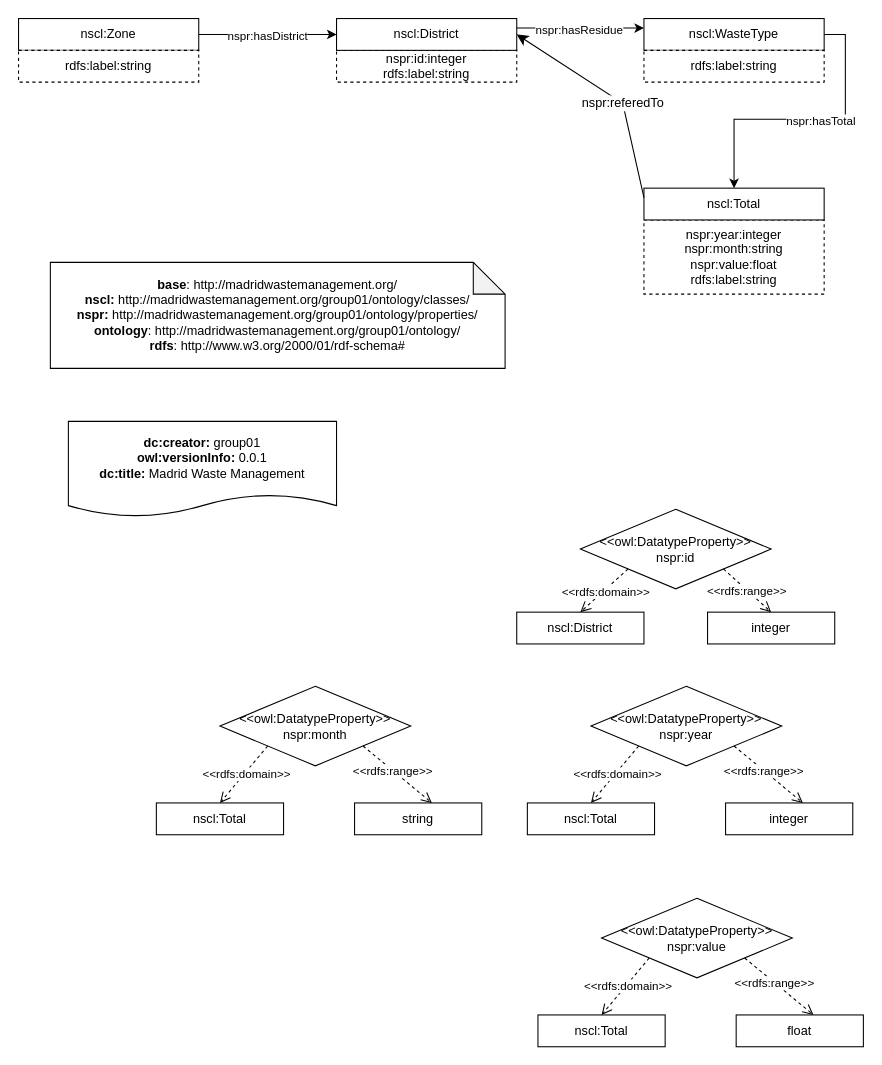
The draw.io diagram HandsOn/Group01/ontology/WasteManagement.drawio in FacultadInformatica-LinkedData/Curso2023-2024-ODKG, before the edit. Source tidied: cells renumbered, new cells numbered last; positions are measured from the earlier drawing's top-left corner, leaving out a move shared by most shapes. Both pictures are drawn from the tidied source at 106%, with x=0, y=0 at pixel (18, 18).
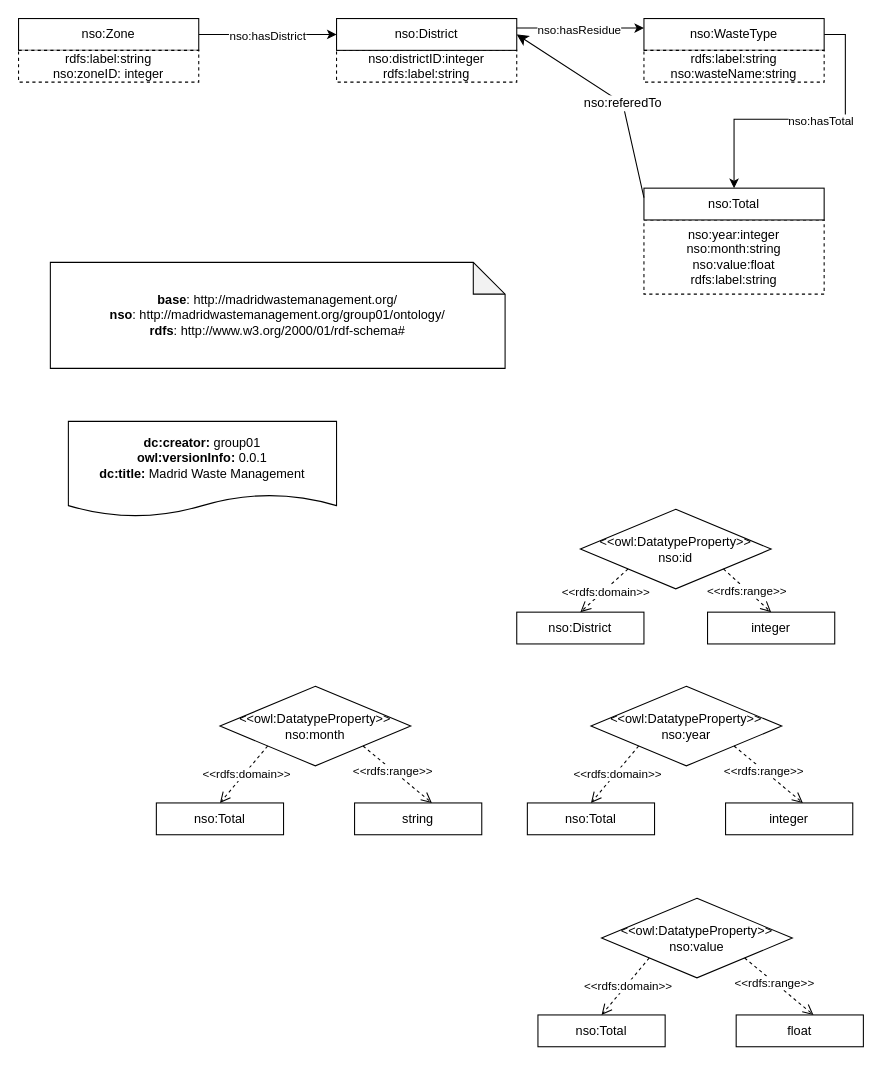
Above is the later version.

Commit message (it also covers changes not shown here):
Fixed Ontology & Ontology example

The change refers to these unchanged cells:
```xml
<mxCell id="4" style="edgeStyle=orthogonalEdgeStyle;rounded=0;jettySize=auto;html=1;entryX=0.5;entryY=0;entryDx=0;entryDy=0;exitX=1;exitY=0.5;exitDx=0;exitDy=0;" parent="1" edge="1" source="6" target="10">
  <mxGeometry relative="1" as="geometry" />
</mxCell>
<mxCell id="7" style="edgeStyle=orthogonalEdgeStyle;rounded=0;jettySize=auto;html=1;exitX=1;exitY=0.3;exitDx=0;exitDy=0;entryX=0;entryY=0.3;entryDx=0;entryDy=0;" parent="1" edge="1" source="3" target="6">
  <mxGeometry relative="1" as="geometry" />
</mxCell>
<mxCell id="11" style="edgeStyle=orthogonalEdgeStyle;rounded=0;jettySize=auto;html=1;exitX=1;exitY=0.5;exitDx=0;exitDy=0;entryX=0;entryY=0.5;entryDx=0;entryDy=0;" parent="1" edge="1" source="13" target="3">
  <mxGeometry relative="1" as="geometry" />
</mxCell>
<mxCell id="37" style="endArrow=classic;html=1;entryX=1;entryY=0.5;entryDx=0;entryDy=0;endSize=8;arcSize=0;rounded=0;exitX=0;exitY=0.3;exitDx=0;exitDy=0;" parent="1" edge="1" source="10" target="3">
  <mxGeometry relative="1" as="geometry">
    <Array as="points">
      <mxPoint x="570" y="80" />
    </Array>
  </mxGeometry>
</mxCell>
```

What changed in the source:
```diff
@@
-    <mxCell id="2" value="nspr:id:integer&lt;br&gt;rdfs:label:string" style="rounded=0;whiteSpace=wrap;html=1;dashed=1;" parent="1" vertex="1">
+    <mxCell id="2" value="nso:districtID:integer&lt;br&gt;rdfs:label:string" style="rounded=0;whiteSpace=wrap;html=1;dashed=1;" parent="1" vertex="1">
       <mxGeometry x="300" y="30" width="170" height="30" as="geometry" />
     </mxCell>
-    <mxCell id="3" value="nscl:District" style="rounded=0;whiteSpace=wrap;html=1;snapToPoint=1;points=[[0.1,0],[0.2,0],[0.3,0],[0.4,0],[0.5,0],[0.6,0],[0.7,0],[0.8,0],[0.9,0],[0,0.1],[0,0.3],[0,0.5],[0,0.7],[0,0.9],[0.1,1],[0.2,1],[0.3,1],[0.4,1],[0.5,1],[0.6,1],[0.7,1],[0.8,1],[0.9,1],[1,0.1],[1,0.3],[1,0.5],[1,0.7],[1,0.9]];" parent="1" vertex="1">
+    <mxCell id="3" value="nso:District" style="rounded=0;whiteSpace=wrap;html=1;snapToPoint=1;points=[[0.1,0],[0.2,0],[0.3,0],[0.4,0],[0.5,0],[0.6,0],[0.7,0],[0.8,0],[0.9,0],[0,0.1],[0,0.3],[0,0.5],[0,0.7],[0,0.9],[0.1,1],[0.2,1],[0.3,1],[0.4,1],[0.5,1],[0.6,1],[0.7,1],[0.8,1],[0.9,1],[1,0.1],[1,0.3],[1,0.5],[1,0.7],[1,0.9]];" parent="1" vertex="1">
       <mxGeometry x="300" width="170" height="30" as="geometry" />
     </mxCell>
@@
-    <mxCell id="5" value="nspr:hasTotal" style="edgeLabel;html=1;align=center;verticalAlign=middle;" parent="4" vertex="1">
+    <mxCell id="5" value="nso:hasTotal" style="edgeLabel;html=1;align=center;verticalAlign=middle;" parent="4" vertex="1">
       <mxGeometry x="-0.09" y="1" relative="1" as="geometry">
         <mxPoint x="-1" as="offset" />
       </mxGeometry>
     </mxCell>
-    <mxCell id="6" value="nscl:WasteType" style="rounded=0;whiteSpace=wrap;html=1;snapToPoint=1;points=[[0.1,0],[0.2,0],[0.3,0],[0.4,0],[0.5,0],[0.6,0],[0.7,0],[0.8,0],[0.9,0],[0,0.1],[0,0.3],[0,0.5],[0,0.7],[0,0.9],[0.1,1],[0.2,1],[0.3,1],[0.4,1],[0.5,1],[0.6,1],[0.7,1],[0.8,1],[0.9,1],[1,0.1],[1,0.3],[1,0.5],[1,0.7],[1,0.9]];" parent="1" vertex="1">
+    <mxCell id="6" value="nso:WasteType" style="rounded=0;whiteSpace=wrap;html=1;snapToPoint=1;points=[[0.1,0],[0.2,0],[0.3,0],[0.4,0],[0.5,0],[0.6,0],[0.7,0],[0.8,0],[0.9,0],[0,0.1],[0,0.3],[0,0.5],[0,0.7],[0,0.9],[0.1,1],[0.2,1],[0.3,1],[0.4,1],[0.5,1],[0.6,1],[0.7,1],[0.8,1],[0.9,1],[1,0.1],[1,0.3],[1,0.5],[1,0.7],[1,0.9]];" parent="1" vertex="1">
       <mxGeometry x="590" width="170" height="30" as="geometry" />
     </mxCell>
@@
-    <mxCell id="8" value="nspr:hasResidue" style="edgeLabel;html=1;align=center;verticalAlign=middle;" parent="7" vertex="1">
+    <mxCell id="8" value="nso:hasResidue" style="edgeLabel;html=1;align=center;verticalAlign=middle;" parent="7" vertex="1">
       <mxGeometry x="-0.04" y="-2" relative="1" as="geometry" />
     </mxCell>
-    <mxCell id="9" value="nspr:year:integer&lt;br&gt;nspr:month:string&lt;br&gt;nspr:value:float&lt;br&gt;rdfs:label:string" style="rounded=0;whiteSpace=wrap;html=1;dashed=1;" parent="1" vertex="1">
+    <mxCell id="9" value="nso:year:integer&lt;br&gt;nso:month:string&lt;br&gt;nso:value:float&lt;br&gt;rdfs:label:string" style="rounded=0;whiteSpace=wrap;html=1;dashed=1;" parent="1" vertex="1">
       <mxGeometry x="590" y="190" width="170" height="70" as="geometry" />
     </mxCell>
-    <mxCell id="10" value="nscl:Total" style="rounded=0;whiteSpace=wrap;html=1;snapToPoint=1;points=[[0.1,0],[0.2,0],[0.3,0],[0.4,0],[0.5,0],[0.6,0],[0.7,0],[0.8,0],[0.9,0],[0,0.1],[0,0.3],[0,0.5],[0,0.7],[0,0.9],[0.1,1],[0.2,1],[0.3,1],[0.4,1],[0.5,1],[0.6,1],[0.7,1],[0.8,1],[0.9,1],[1,0.1],[1,0.3],[1,0.5],[1,0.7],[1,0.9]];" parent="1" vertex="1">
+    <mxCell id="10" value="nso:Total" style="rounded=0;whiteSpace=wrap;html=1;snapToPoint=1;points=[[0.1,0],[0.2,0],[0.3,0],[0.4,0],[0.5,0],[0.6,0],[0.7,0],[0.8,0],[0.9,0],[0,0.1],[0,0.3],[0,0.5],[0,0.7],[0,0.9],[0.1,1],[0.2,1],[0.3,1],[0.4,1],[0.5,1],[0.6,1],[0.7,1],[0.8,1],[0.9,1],[1,0.1],[1,0.3],[1,0.5],[1,0.7],[1,0.9]];" parent="1" vertex="1">
       <mxGeometry x="590" y="160" width="170" height="30" as="geometry" />
     </mxCell>
@@
-    <mxCell id="12" value="nspr:hasDistrict" style="edgeLabel;html=1;align=center;verticalAlign=middle;" parent="11" vertex="1">
+    <mxCell id="12" value="nso:hasDistrict" style="edgeLabel;html=1;align=center;verticalAlign=middle;" parent="11" vertex="1">
       <mxGeometry x="-0.02" y="-1" relative="1" as="geometry" />
     </mxCell>
-    <mxCell id="13" value="nscl:Zone" style="rounded=0;whiteSpace=wrap;html=1;snapToPoint=1;points=[[0.1,0],[0.2,0],[0.3,0],[0.4,0],[0.5,0],[0.6,0],[0.7,0],[0.8,0],[0.9,0],[0,0.1],[0,0.3],[0,0.5],[0,0.7],[0,0.9],[0.1,1],[0.2,1],[0.3,1],[0.4,1],[0.5,1],[0.6,1],[0.7,1],[0.8,1],[0.9,1],[1,0.1],[1,0.3],[1,0.5],[1,0.7],[1,0.9]];" parent="1" vertex="1">
+    <mxCell id="13" value="nso:Zone" style="rounded=0;whiteSpace=wrap;html=1;snapToPoint=1;points=[[0.1,0],[0.2,0],[0.3,0],[0.4,0],[0.5,0],[0.6,0],[0.7,0],[0.8,0],[0.9,0],[0,0.1],[0,0.3],[0,0.5],[0,0.7],[0,0.9],[0.1,1],[0.2,1],[0.3,1],[0.4,1],[0.5,1],[0.6,1],[0.7,1],[0.8,1],[0.9,1],[1,0.1],[1,0.3],[1,0.5],[1,0.7],[1,0.9]];" parent="1" vertex="1">
       <mxGeometry width="170" height="30" as="geometry" />
     </mxCell>
-    <mxCell id="14" value="&lt;div&gt;&lt;b&gt;base&lt;/b&gt;: http://madridwastemanagement.org/&lt;/div&gt;&lt;div&gt;&lt;b style=&quot;background-color: initial;&quot;&gt;nscl:&lt;/b&gt;&lt;span style=&quot;background-color: initial;&quot;&gt;&amp;nbsp;&lt;/span&gt;http://madridwastemanagement.org/group01/ontology/classes/&lt;/div&gt;&lt;div&gt;&lt;b&gt;nspr:&amp;nbsp;&lt;/b&gt;http://madridwastemanagement.org/group01/ontology/properties/&lt;/div&gt;&lt;div&gt;&lt;b&gt;ontology&lt;/b&gt;:&amp;nbsp;http://madridwastemanagement.org/group01/ontology/&lt;/div&gt;&lt;div&gt;&lt;span style=&quot;background-color: initial;&quot;&gt;&lt;b&gt;rdfs&lt;/b&gt;: http://www.w3.org/2000/01/rdf-schema#&lt;br&gt;&lt;/span&gt;&lt;/div&gt;" style="shape=note;whiteSpace=wrap;html=1;backgroundOutline=1;darkOpacity=0.05;" parent="1" vertex="1">
+    <mxCell id="14" value="&lt;div&gt;&lt;b&gt;base&lt;/b&gt;: http://madridwastemanagement.org/&lt;/div&gt;&lt;div&gt;&lt;b&gt;nso&lt;/b&gt;:&amp;nbsp;http://madridwastemanagement.org/group01/ontology/&lt;br&gt;&lt;/div&gt;&lt;div&gt;&lt;span style=&quot;background-color: initial;&quot;&gt;&lt;b&gt;rdfs&lt;/b&gt;: http://www.w3.org/2000/01/rdf-schema#&lt;br&gt;&lt;/span&gt;&lt;/div&gt;" style="shape=note;whiteSpace=wrap;html=1;backgroundOutline=1;darkOpacity=0.05;" parent="1" vertex="1">
       <mxGeometry x="30" y="230" width="429" height="100" as="geometry" />
     </mxCell>
-    <mxCell id="15" value="&lt;div&gt;&amp;lt;&amp;lt;owl:DatatypeProperty&amp;gt;&amp;gt; nspr:id&lt;br&gt;&lt;/div&gt;" style="rhombus;whiteSpace=wrap;html=1;" parent="1" vertex="1">
+    <mxCell id="15" value="&lt;div&gt;&amp;lt;&amp;lt;owl:DatatypeProperty&amp;gt;&amp;gt; nso:id&lt;br&gt;&lt;/div&gt;" style="rhombus;whiteSpace=wrap;html=1;" parent="1" vertex="1">
       <mxGeometry x="530" y="463" width="180" height="75" as="geometry" />
     </mxCell>
@@
-    <mxCell id="17" value="nscl:District" style="rounded=0;whiteSpace=wrap;html=1;snapToPoint=1;points=[[0.1,0],[0.2,0],[0.3,0],[0.4,0],[0.5,0],[0.6,0],[0.7,0],[0.8,0],[0.9,0],[0,0.1],[0,0.3],[0,0.5],[0,0.7],[0,0.9],[0.1,1],[0.2,1],[0.3,1],[0.4,1],[0.5,1],[0.6,1],[0.7,1],[0.8,1],[0.9,1],[1,0.1],[1,0.3],[1,0.5],[1,0.7],[1,0.9]];" parent="1" vertex="1">
+    <mxCell id="17" value="nso:District" style="rounded=0;whiteSpace=wrap;html=1;snapToPoint=1;points=[[0.1,0],[0.2,0],[0.3,0],[0.4,0],[0.5,0],[0.6,0],[0.7,0],[0.8,0],[0.9,0],[0,0.1],[0,0.3],[0,0.5],[0,0.7],[0,0.9],[0.1,1],[0.2,1],[0.3,1],[0.4,1],[0.5,1],[0.6,1],[0.7,1],[0.8,1],[0.9,1],[1,0.1],[1,0.3],[1,0.5],[1,0.7],[1,0.9]];" parent="1" vertex="1">
       <mxGeometry x="470" y="560" width="120" height="30" as="geometry" />
     </mxCell>
@@
-    <mxCell id="22" value="&lt;div&gt;&amp;lt;&amp;lt;owl:DatatypeProperty&amp;gt;&amp;gt; nspr:year&lt;br&gt;&lt;/div&gt;" style="rhombus;whiteSpace=wrap;html=1;" parent="1" vertex="1">
+    <mxCell id="22" value="&lt;div&gt;&amp;lt;&amp;lt;owl:DatatypeProperty&amp;gt;&amp;gt; nso:year&lt;br&gt;&lt;/div&gt;" style="rhombus;whiteSpace=wrap;html=1;" parent="1" vertex="1">
       <mxGeometry x="540" y="630" width="180" height="75" as="geometry" />
     </mxCell>
@@
-    <mxCell id="27" value="nscl:Total" style="rounded=0;whiteSpace=wrap;html=1;snapToPoint=1;points=[[0.1,0],[0.2,0],[0.3,0],[0.4,0],[0.5,0],[0.6,0],[0.7,0],[0.8,0],[0.9,0],[0,0.1],[0,0.3],[0,0.5],[0,0.7],[0,0.9],[0.1,1],[0.2,1],[0.3,1],[0.4,1],[0.5,1],[0.6,1],[0.7,1],[0.8,1],[0.9,1],[1,0.1],[1,0.3],[1,0.5],[1,0.7],[1,0.9]];" parent="1" vertex="1">
+    <mxCell id="27" value="nso:Total" style="rounded=0;whiteSpace=wrap;html=1;snapToPoint=1;points=[[0.1,0],[0.2,0],[0.3,0],[0.4,0],[0.5,0],[0.6,0],[0.7,0],[0.8,0],[0.9,0],[0,0.1],[0,0.3],[0,0.5],[0,0.7],[0,0.9],[0.1,1],[0.2,1],[0.3,1],[0.4,1],[0.5,1],[0.6,1],[0.7,1],[0.8,1],[0.9,1],[1,0.1],[1,0.3],[1,0.5],[1,0.7],[1,0.9]];" parent="1" vertex="1">
       <mxGeometry x="480" y="740" width="120" height="30" as="geometry" />
     </mxCell>
@@
-    <mxCell id="29" value="&lt;div&gt;&amp;lt;&amp;lt;owl:DatatypeProperty&amp;gt;&amp;gt; nspr:month&lt;br&gt;&lt;/div&gt;" style="rhombus;whiteSpace=wrap;html=1;" parent="1" vertex="1">
+    <mxCell id="29" value="&lt;div&gt;&amp;lt;&amp;lt;owl:DatatypeProperty&amp;gt;&amp;gt; nso:month&lt;br&gt;&lt;/div&gt;" style="rhombus;whiteSpace=wrap;html=1;" parent="1" vertex="1">
       <mxGeometry x="190" y="630" width="180" height="75" as="geometry" />
     </mxCell>
@@
-    <mxCell id="34" value="nscl:Total" style="rounded=0;whiteSpace=wrap;html=1;snapToPoint=1;points=[[0.1,0],[0.2,0],[0.3,0],[0.4,0],[0.5,0],[0.6,0],[0.7,0],[0.8,0],[0.9,0],[0,0.1],[0,0.3],[0,0.5],[0,0.7],[0,0.9],[0.1,1],[0.2,1],[0.3,1],[0.4,1],[0.5,1],[0.6,1],[0.7,1],[0.8,1],[0.9,1],[1,0.1],[1,0.3],[1,0.5],[1,0.7],[1,0.9]];" parent="1" vertex="1">
+    <mxCell id="34" value="nso:Total" style="rounded=0;whiteSpace=wrap;html=1;snapToPoint=1;points=[[0.1,0],[0.2,0],[0.3,0],[0.4,0],[0.5,0],[0.6,0],[0.7,0],[0.8,0],[0.9,0],[0,0.1],[0,0.3],[0,0.5],[0,0.7],[0,0.9],[0.1,1],[0.2,1],[0.3,1],[0.4,1],[0.5,1],[0.6,1],[0.7,1],[0.8,1],[0.9,1],[1,0.1],[1,0.3],[1,0.5],[1,0.7],[1,0.9]];" parent="1" vertex="1">
       <mxGeometry x="130" y="740" width="120" height="30" as="geometry" />
     </mxCell>
@@
-    <mxCell id="38" value="nspr:referedTo" style="text;html=1;align=center;verticalAlign=middle;labelBackgroundColor=#ffffff;" parent="37" vertex="1">
+    <mxCell id="38" value="nso:referedTo" style="text;html=1;align=center;verticalAlign=middle;labelBackgroundColor=#ffffff;" parent="37" vertex="1">
       <mxGeometry x="-0.13" relative="1" as="geometry" />
     </mxCell>
-    <mxCell id="39" value="rdfs:label:string" style="rounded=0;whiteSpace=wrap;html=1;dashed=1;" parent="1" vertex="1">
+    <mxCell id="39" value="rdfs:label:string&lt;br&gt;nso:wasteName:string" style="rounded=0;whiteSpace=wrap;html=1;dashed=1;" parent="1" vertex="1">
       <mxGeometry x="590" y="30" width="170" height="30" as="geometry" />
     </mxCell>
-    <mxCell id="40" value="rdfs:label:string" style="rounded=0;whiteSpace=wrap;html=1;dashed=1;" parent="1" vertex="1">
+    <mxCell id="40" value="rdfs:label:string&lt;br&gt;nso:zoneID: integer" style="rounded=0;whiteSpace=wrap;html=1;dashed=1;" parent="1" vertex="1">
       <mxGeometry y="30" width="170" height="30" as="geometry" />
     </mxCell>
-    <mxCell id="41" value="&lt;div&gt;&amp;lt;&amp;lt;owl:DatatypeProperty&amp;gt;&amp;gt; nspr:value&lt;br&gt;&lt;/div&gt;" style="rhombus;whiteSpace=wrap;html=1;" parent="1" vertex="1">
+    <mxCell id="41" value="&lt;div&gt;&amp;lt;&amp;lt;owl:DatatypeProperty&amp;gt;&amp;gt; nso:value&lt;br&gt;&lt;/div&gt;" style="rhombus;whiteSpace=wrap;html=1;" parent="1" vertex="1">
       <mxGeometry x="550" y="830" width="180" height="75" as="geometry" />
     </mxCell>
@@
-    <mxCell id="46" value="nscl:Total" style="rounded=0;whiteSpace=wrap;html=1;snapToPoint=1;points=[[0.1,0],[0.2,0],[0.3,0],[0.4,0],[0.5,0],[0.6,0],[0.7,0],[0.8,0],[0.9,0],[0,0.1],[0,0.3],[0,0.5],[0,0.7],[0,0.9],[0.1,1],[0.2,1],[0.3,1],[0.4,1],[0.5,1],[0.6,1],[0.7,1],[0.8,1],[0.9,1],[1,0.1],[1,0.3],[1,0.5],[1,0.7],[1,0.9]];" parent="1" vertex="1">
+    <mxCell id="46" value="nso:Total" style="rounded=0;whiteSpace=wrap;html=1;snapToPoint=1;points=[[0.1,0],[0.2,0],[0.3,0],[0.4,0],[0.5,0],[0.6,0],[0.7,0],[0.8,0],[0.9,0],[0,0.1],[0,0.3],[0,0.5],[0,0.7],[0,0.9],[0.1,1],[0.2,1],[0.3,1],[0.4,1],[0.5,1],[0.6,1],[0.7,1],[0.8,1],[0.9,1],[1,0.1],[1,0.3],[1,0.5],[1,0.7],[1,0.9]];" parent="1" vertex="1">
       <mxGeometry x="490" y="940" width="120" height="30" as="geometry" />
     </mxCell>
```
